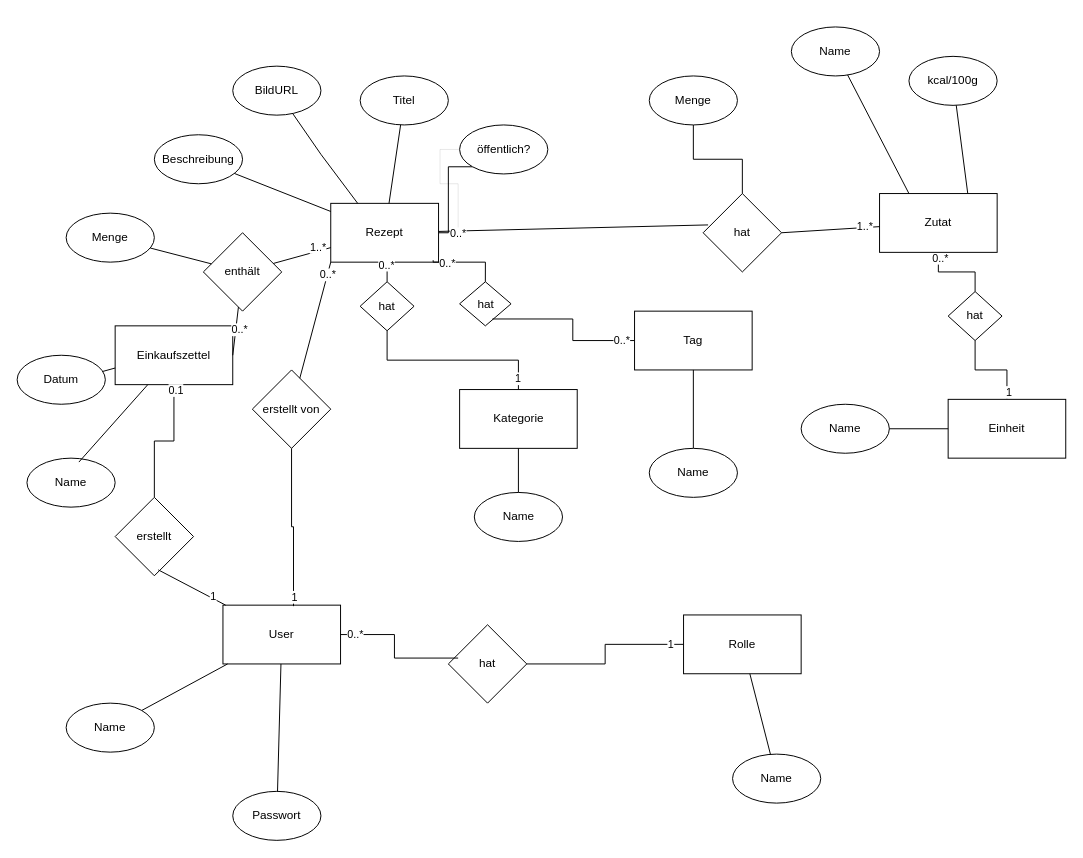
Earlier version of the draw.io diagram ERDiagramm.drawio (JansGit-Hub/Rezeptbuch). Source tidied: cells renumbered, new cells numbered last; positions are measured from the earlier drawing's top-left corner, leaving out a move shared by most shapes. Both pictures are drawn from the tidied source at 98%, with x=0, y=0 at pixel (17, 26).
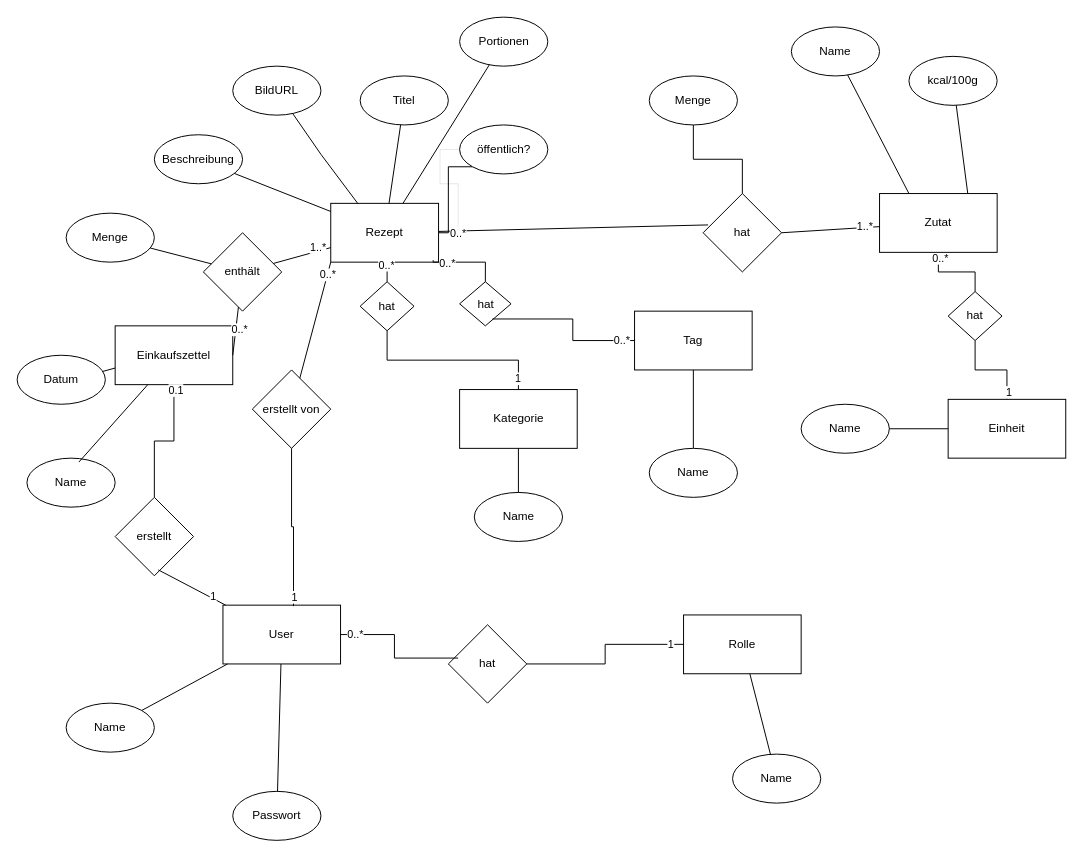
Above is the later version.

Unchanged cells that the change refers to:
```xml
<mxCell id="4" value="Rezept" style="rounded=0;whiteSpace=wrap;html=1;" parent="1" vertex="1">
  <mxGeometry x="320" y="180" width="110" height="60" as="geometry" />
</mxCell>
```

The edit, as a diff of the source:
```diff
@@
+    <mxCell id="83" value="Portionen" style="ellipse;whiteSpace=wrap;html=1;" parent="1" vertex="1">
+      <mxGeometry x="451.5" y="-10" width="90" height="50" as="geometry" />
+    </mxCell>
+    <mxCell id="84" style="endArrow=none;html=1;rounded=0;" parent="1" edge="1" source="4" target="83">
+      <mxGeometry relative="1" as="geometry" />
+    </mxCell>
```
